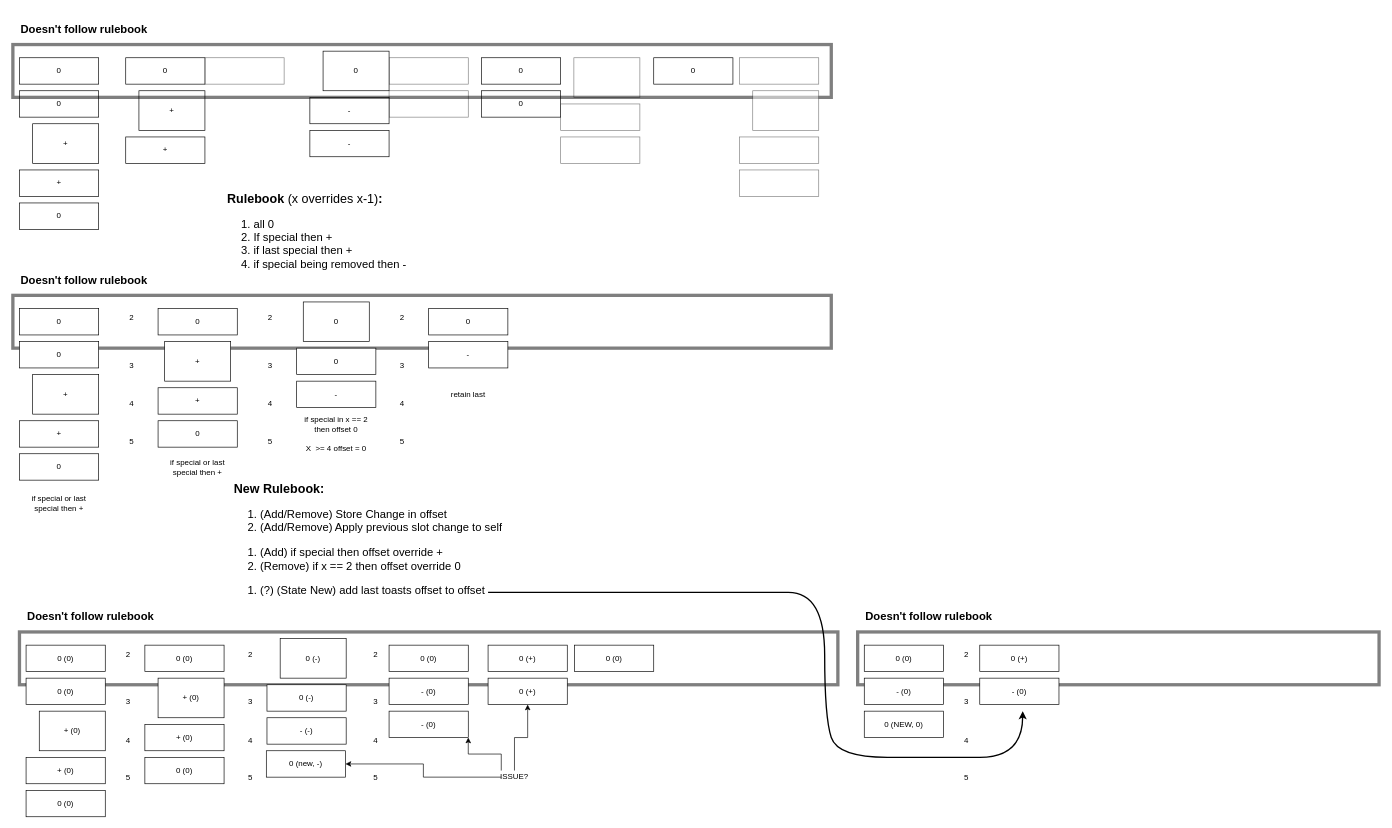
Earlier version of the draw.io diagram Untitled Diagram.drawio (JedDevs/Toast). Source tidied: cells renumbered, new cells numbered last; positions are measured from the earlier drawing's top-left corner, leaving out a move shared by most shapes. Both pictures are drawn from the tidied source at 66%, with x=0, y=0 at pixel (13, 11).
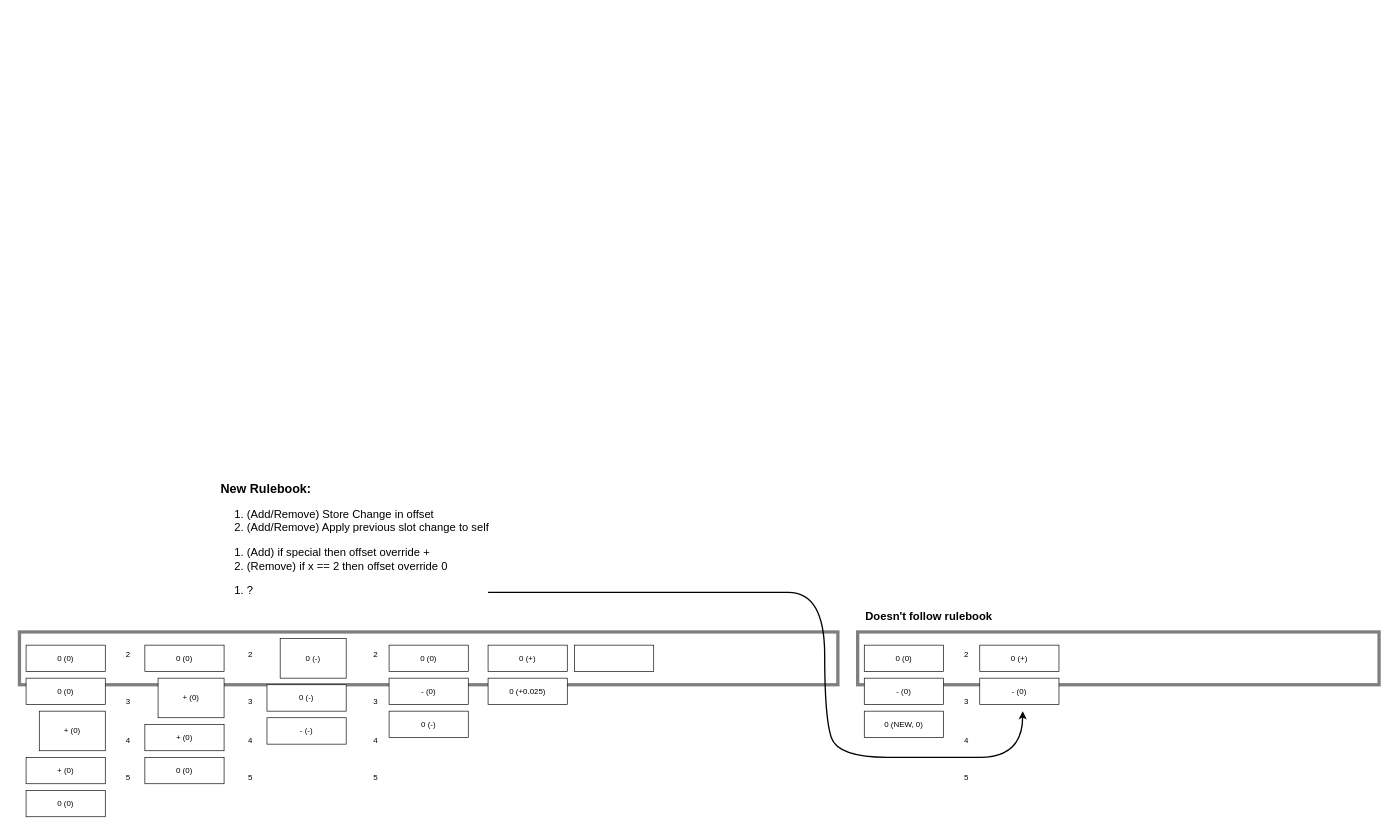
Above is the later version.

Change to the diagram source:
```diff
@@
-    <mxCell id="2" style="rounded=0;whiteSpace=wrap;html=1;fillColor=none;strokeWidth=5;opacity=50;" parent="1" vertex="1">
-      <mxGeometry y="430" width="1240" height="80" as="geometry" />
-    </mxCell>
-    <mxCell id="3" value="0" style="rounded=0;whiteSpace=wrap;html=1;" parent="1" vertex="1">
-      <mxGeometry x="10" y="70" width="120" height="40" as="geometry" />
-    </mxCell>
-    <mxCell id="4" value="0" style="rounded=0;whiteSpace=wrap;html=1;" parent="1" vertex="1">
-      <mxGeometry x="10" y="120" width="120" height="40" as="geometry" />
-    </mxCell>
-    <mxCell id="5" value="+" style="rounded=0;whiteSpace=wrap;html=1;" parent="1" vertex="1">
-      <mxGeometry x="30" y="170" width="100" height="60" as="geometry" />
-    </mxCell>
-    <mxCell id="6" value="+" style="rounded=0;whiteSpace=wrap;html=1;" parent="1" vertex="1">
-      <mxGeometry x="10" y="240" width="120" height="40" as="geometry" />
-    </mxCell>
-    <mxCell id="7" style="rounded=0;whiteSpace=wrap;html=1;opacity=50;" parent="1" vertex="1">
-      <mxGeometry x="291" y="70" width="120" height="40" as="geometry" />
-    </mxCell>
-    <mxCell id="8" value="0" style="rounded=0;whiteSpace=wrap;html=1;" parent="1" vertex="1">
-      <mxGeometry x="171" y="70" width="120" height="40" as="geometry" />
-    </mxCell>
-    <mxCell id="9" value="+" style="rounded=0;whiteSpace=wrap;html=1;" parent="1" vertex="1">
-      <mxGeometry x="191" y="120" width="100" height="60" as="geometry" />
-    </mxCell>
-    <mxCell id="10" value="+" style="rounded=0;whiteSpace=wrap;html=1;" parent="1" vertex="1">
-      <mxGeometry x="171" y="190" width="120" height="40" as="geometry" />
-    </mxCell>
-    <mxCell id="11" style="rounded=0;whiteSpace=wrap;html=1;opacity=50;" parent="1" vertex="1">
-      <mxGeometry x="570" y="120" width="120" height="40" as="geometry" />
-    </mxCell>
-    <mxCell id="12" style="rounded=0;whiteSpace=wrap;html=1;opacity=50;" parent="1" vertex="1">
-      <mxGeometry x="570" y="70" width="120" height="40" as="geometry" />
-    </mxCell>
-    <mxCell id="13" value="0" style="rounded=0;whiteSpace=wrap;html=1;" parent="1" vertex="1">
-      <mxGeometry x="470" y="60" width="100" height="60" as="geometry" />
-    </mxCell>
-    <mxCell id="14" value="-" style="rounded=0;whiteSpace=wrap;html=1;" parent="1" vertex="1">
-      <mxGeometry x="450" y="130" width="120" height="40" as="geometry" />
-    </mxCell>
-    <mxCell id="15" style="rounded=0;whiteSpace=wrap;html=1;opacity=50;" parent="1" vertex="1">
-      <mxGeometry x="830" y="140" width="120" height="40" as="geometry" />
-    </mxCell>
-    <mxCell id="16" style="rounded=0;whiteSpace=wrap;html=1;opacity=50;" parent="1" vertex="1">
-      <mxGeometry x="830" y="190" width="120" height="40" as="geometry" />
-    </mxCell>
-    <mxCell id="17" style="rounded=0;whiteSpace=wrap;html=1;opacity=50;" parent="1" vertex="1">
-      <mxGeometry x="850" y="70" width="100" height="60" as="geometry" />
-    </mxCell>
-    <mxCell id="18" value="0" style="rounded=0;whiteSpace=wrap;html=1;" parent="1" vertex="1">
-      <mxGeometry x="710" y="70" width="120" height="40" as="geometry" />
-    </mxCell>
-    <mxCell id="19" value="-" style="rounded=0;whiteSpace=wrap;html=1;" parent="1" vertex="1">
-      <mxGeometry x="450" y="180" width="120" height="40" as="geometry" />
-    </mxCell>
-    <mxCell id="20" value="0" style="rounded=0;whiteSpace=wrap;html=1;" parent="1" vertex="1">
-      <mxGeometry x="710" y="120" width="120" height="40" as="geometry" />
-    </mxCell>
-    <mxCell id="21" value="0" style="rounded=0;whiteSpace=wrap;html=1;" parent="1" vertex="1">
-      <mxGeometry x="10" y="290" width="120" height="40" as="geometry" />
-    </mxCell>
-    <mxCell id="22" value="&lt;h1 style=&quot;font-size: 19px&quot;&gt;Rulebook &lt;span style=&quot;font-weight: normal&quot;&gt;(x overrides x-1)&lt;/span&gt;:&lt;br&gt;&lt;/h1&gt;&lt;ol style=&quot;font-size: 17px&quot;&gt;&lt;li&gt;all 0&lt;br&gt;&lt;/li&gt;&lt;li&gt;If special then +&lt;/li&gt;&lt;li&gt;if last special then +&lt;/li&gt;&lt;li&gt;if special being removed then -&lt;br&gt;&lt;/li&gt;&lt;/ol&gt;" style="text;html=1;strokeColor=none;fillColor=none;spacing=5;spacingTop=-20;whiteSpace=wrap;overflow=hidden;rounded=0;" parent="1" vertex="1">
-      <mxGeometry x="320" y="270" width="380" height="140" as="geometry" />
-    </mxCell>
-    <mxCell id="23" style="rounded=0;whiteSpace=wrap;html=1;fillColor=none;strokeWidth=5;opacity=50;" parent="1" vertex="1">
-      <mxGeometry y="50" width="1240" height="80" as="geometry" />
-    </mxCell>
-    <mxCell id="24" value="&lt;font style=&quot;font-size: 17px&quot;&gt;&lt;b&gt;Doesn't follow rulebook&lt;/b&gt;&lt;/font&gt;" style="text;html=1;strokeColor=none;fillColor=none;align=left;verticalAlign=bottom;whiteSpace=wrap;rounded=0;opacity=50;" parent="1" vertex="1">
-      <mxGeometry x="10" width="310" height="40" as="geometry" />
-    </mxCell>
-    <mxCell id="25" style="rounded=0;whiteSpace=wrap;html=1;opacity=50;" parent="1" vertex="1">
-      <mxGeometry x="1101" y="190" width="120" height="40" as="geometry" />
-    </mxCell>
-    <mxCell id="26" style="rounded=0;whiteSpace=wrap;html=1;opacity=50;" parent="1" vertex="1">
-      <mxGeometry x="1101" y="240" width="120" height="40" as="geometry" />
-    </mxCell>
-    <mxCell id="27" style="rounded=0;whiteSpace=wrap;html=1;opacity=50;" parent="1" vertex="1">
-      <mxGeometry x="1121" y="120" width="100" height="60" as="geometry" />
-    </mxCell>
-    <mxCell id="28" value="0" style="rounded=0;whiteSpace=wrap;html=1;" parent="1" vertex="1">
-      <mxGeometry x="971" y="70" width="120" height="40" as="geometry" />
-    </mxCell>
-    <mxCell id="29" value="&lt;p style=&quot;line-height: 120%&quot;&gt;&lt;br&gt;&lt;/p&gt;" style="rounded=0;whiteSpace=wrap;html=1;opacity=50;" parent="1" vertex="1">
-      <mxGeometry x="1101" y="70" width="120" height="40" as="geometry" />
-    </mxCell>
-    <mxCell id="30" value="0" style="rounded=0;whiteSpace=wrap;html=1;" parent="1" vertex="1">
-      <mxGeometry x="10" y="450" width="120" height="40" as="geometry" />
-    </mxCell>
-    <mxCell id="31" value="0" style="rounded=0;whiteSpace=wrap;html=1;" parent="1" vertex="1">
-      <mxGeometry x="10" y="500" width="120" height="40" as="geometry" />
-    </mxCell>
-    <mxCell id="32" value="+" style="rounded=0;whiteSpace=wrap;html=1;" parent="1" vertex="1">
-      <mxGeometry x="30" y="550" width="100" height="60" as="geometry" />
-    </mxCell>
-    <mxCell id="33" value="+" style="rounded=0;whiteSpace=wrap;html=1;" parent="1" vertex="1">
-      <mxGeometry x="10" y="620" width="120" height="40" as="geometry" />
-    </mxCell>
-    <mxCell id="34" value="0" style="rounded=0;whiteSpace=wrap;html=1;" parent="1" vertex="1">
-      <mxGeometry x="10" y="670" width="120" height="40" as="geometry" />
-    </mxCell>
-    <mxCell id="35" value="&lt;font style=&quot;font-size: 17px&quot;&gt;&lt;b&gt;Doesn't follow rulebook&lt;/b&gt;&lt;/font&gt;" style="text;html=1;strokeColor=none;fillColor=none;align=left;verticalAlign=bottom;whiteSpace=wrap;rounded=0;opacity=50;" parent="1" vertex="1">
-      <mxGeometry x="10" y="380" width="310" height="40" as="geometry" />
-    </mxCell>
-    <mxCell id="36" value="&lt;div&gt;2&lt;/div&gt;&lt;div&gt;&lt;br&gt;&lt;/div&gt;&lt;div&gt;&lt;br&gt;&lt;/div&gt;&lt;div&gt;&lt;br&gt;&lt;/div&gt;&lt;div&gt;&lt;br&gt;&lt;/div&gt;&lt;div&gt;3&lt;/div&gt;&lt;div&gt;&lt;br&gt;&lt;/div&gt;&lt;div&gt;&lt;br&gt;&lt;/div&gt;&lt;div&gt;&lt;br&gt;&lt;/div&gt;&lt;div&gt;4&lt;/div&gt;&lt;div&gt;&lt;br&gt;&lt;/div&gt;&lt;div&gt;&lt;br&gt;&lt;/div&gt;&lt;div&gt;&lt;br&gt;&lt;/div&gt;&lt;div&gt;5&lt;br&gt;&lt;/div&gt;" style="text;html=1;strokeColor=none;fillColor=none;align=center;verticalAlign=top;whiteSpace=wrap;rounded=0;" parent="1" vertex="1">
-      <mxGeometry x="160" y="450" width="40" height="260" as="geometry" />
-    </mxCell>
-    <mxCell id="37" value="0" style="rounded=0;whiteSpace=wrap;html=1;" parent="1" vertex="1">
-      <mxGeometry x="220" y="450" width="120" height="40" as="geometry" />
-    </mxCell>
-    <mxCell id="38" value="+" style="rounded=0;whiteSpace=wrap;html=1;" parent="1" vertex="1">
-      <mxGeometry x="230" y="500" width="100" height="60" as="geometry" />
-    </mxCell>
-    <mxCell id="39" value="+" style="rounded=0;whiteSpace=wrap;html=1;" parent="1" vertex="1">
-      <mxGeometry x="220" y="570" width="120" height="40" as="geometry" />
-    </mxCell>
-    <mxCell id="40" value="0" style="rounded=0;whiteSpace=wrap;html=1;" parent="1" vertex="1">
-      <mxGeometry x="220" y="620" width="120" height="40" as="geometry" />
-    </mxCell>
-    <mxCell id="41" value="&lt;div&gt;2&lt;/div&gt;&lt;div&gt;&lt;br&gt;&lt;/div&gt;&lt;div&gt;&lt;br&gt;&lt;/div&gt;&lt;div&gt;&lt;br&gt;&lt;/div&gt;&lt;div&gt;&lt;br&gt;&lt;/div&gt;&lt;div&gt;3&lt;/div&gt;&lt;div&gt;&lt;br&gt;&lt;/div&gt;&lt;div&gt;&lt;br&gt;&lt;/div&gt;&lt;div&gt;&lt;br&gt;&lt;/div&gt;&lt;div&gt;4&lt;/div&gt;&lt;div&gt;&lt;br&gt;&lt;/div&gt;&lt;div&gt;&lt;br&gt;&lt;/div&gt;&lt;div&gt;&lt;br&gt;&lt;/div&gt;&lt;div&gt;5&lt;br&gt;&lt;/div&gt;" style="text;html=1;strokeColor=none;fillColor=none;align=center;verticalAlign=top;whiteSpace=wrap;rounded=0;" parent="1" vertex="1">
-      <mxGeometry x="370" y="450" width="40" height="260" as="geometry" />
-    </mxCell>
-    <mxCell id="42" value="0" style="rounded=0;whiteSpace=wrap;html=1;" parent="1" vertex="1">
-      <mxGeometry x="440" y="440" width="100" height="60" as="geometry" />
-    </mxCell>
-    <mxCell id="43" value="0" style="rounded=0;whiteSpace=wrap;html=1;" parent="1" vertex="1">
-      <mxGeometry x="430" y="510" width="120" height="40" as="geometry" />
-    </mxCell>
-    <mxCell id="44" value="-" style="rounded=0;whiteSpace=wrap;html=1;" parent="1" vertex="1">
-      <mxGeometry x="430" y="560" width="120" height="40" as="geometry" />
-    </mxCell>
-    <mxCell id="45" value="&lt;div&gt;2&lt;/div&gt;&lt;div&gt;&lt;br&gt;&lt;/div&gt;&lt;div&gt;&lt;br&gt;&lt;/div&gt;&lt;div&gt;&lt;br&gt;&lt;/div&gt;&lt;div&gt;&lt;br&gt;&lt;/div&gt;&lt;div&gt;3&lt;/div&gt;&lt;div&gt;&lt;br&gt;&lt;/div&gt;&lt;div&gt;&lt;br&gt;&lt;/div&gt;&lt;div&gt;&lt;br&gt;&lt;/div&gt;&lt;div&gt;4&lt;/div&gt;&lt;div&gt;&lt;br&gt;&lt;/div&gt;&lt;div&gt;&lt;br&gt;&lt;/div&gt;&lt;div&gt;&lt;br&gt;&lt;/div&gt;&lt;div&gt;5&lt;br&gt;&lt;/div&gt;" style="text;html=1;strokeColor=none;fillColor=none;align=center;verticalAlign=top;whiteSpace=wrap;rounded=0;" parent="1" vertex="1">
-      <mxGeometry x="570" y="450" width="40" height="260" as="geometry" />
-    </mxCell>
-    <mxCell id="46" value="0" style="rounded=0;whiteSpace=wrap;html=1;" parent="1" vertex="1">
-      <mxGeometry x="630" y="450" width="120" height="40" as="geometry" />
-    </mxCell>
-    <mxCell id="47" value="-" style="rounded=0;whiteSpace=wrap;html=1;" parent="1" vertex="1">
-      <mxGeometry x="630" y="500" width="120" height="40" as="geometry" />
-    </mxCell>
-    <mxCell id="48" value="if special or last special then +" style="text;html=1;strokeColor=none;fillColor=none;align=center;verticalAlign=middle;whiteSpace=wrap;rounded=0;" parent="1" vertex="1">
-      <mxGeometry x="10" y="730" width="120" height="30" as="geometry" />
-    </mxCell>
-    <mxCell id="49" value="if special or last special then +" style="text;html=1;strokeColor=none;fillColor=none;align=center;verticalAlign=middle;whiteSpace=wrap;rounded=0;" parent="1" vertex="1">
-      <mxGeometry x="220" y="675" width="120" height="30" as="geometry" />
-    </mxCell>
-    <mxCell id="50" value="&lt;div&gt;if special in x == 2 then offset 0&lt;/div&gt;&lt;div&gt;&lt;br&gt;&lt;/div&gt;&lt;div&gt;X&amp;nbsp; &amp;gt;= 4 offset = 0&lt;br&gt;&lt;/div&gt;" style="text;html=1;strokeColor=none;fillColor=none;align=center;verticalAlign=middle;whiteSpace=wrap;rounded=0;" parent="1" vertex="1">
-      <mxGeometry x="430" y="610" width="120" height="60" as="geometry" />
-    </mxCell>
-    <mxCell id="51" value="retain last" style="text;html=1;strokeColor=none;fillColor=none;align=center;verticalAlign=middle;whiteSpace=wrap;rounded=0;" parent="1" vertex="1">
-      <mxGeometry x="630" y="550" width="120" height="60" as="geometry" />
-    </mxCell>
-    <mxCell id="52" value="&lt;h1 style=&quot;font-size: 19px&quot;&gt;New Rulebook&lt;span style=&quot;font-weight: normal&quot;&gt;&lt;/span&gt;:&lt;br&gt;&lt;/h1&gt;&lt;ol style=&quot;font-size: 17px&quot;&gt;&lt;li&gt;(Add/Remove) Store Change in offset&lt;br&gt;&lt;/li&gt;&lt;li&gt;(Add/Remove) Apply previous slot change to self&lt;/li&gt;&lt;/ol&gt;&lt;ol style=&quot;font-size: 17px&quot;&gt;&lt;li&gt;(Add) if special then offset override +&lt;/li&gt;&lt;li&gt;(Remove) if x == 2 then offset override 0&lt;/li&gt;&lt;/ol&gt;&lt;ol style=&quot;font-size: 17px&quot;&gt;&lt;li&gt;(?) (State New) add last toasts offset to offset&lt;br&gt;&lt;/li&gt;&lt;/ol&gt;" style="text;html=1;strokeColor=none;fillColor=none;spacing=5;spacingTop=-20;whiteSpace=wrap;overflow=hidden;rounded=0;" parent="1" vertex="1">
-      <mxGeometry x="330" y="710" width="468" height="190" as="geometry" />
+    <mxCell id="52" value="&lt;h1 style=&quot;font-size: 19px&quot;&gt;New Rulebook&lt;span style=&quot;font-weight: normal&quot;&gt;&lt;/span&gt;:&lt;br&gt;&lt;/h1&gt;&lt;ol style=&quot;font-size: 17px&quot;&gt;&lt;li&gt;(Add/Remove) Store Change in offset&lt;br&gt;&lt;/li&gt;&lt;li&gt;(Add/Remove) Apply previous slot change to self&lt;/li&gt;&lt;/ol&gt;&lt;ol style=&quot;font-size: 17px&quot;&gt;&lt;li&gt;(Add) if special then offset override +&lt;/li&gt;&lt;li&gt;(Remove) if x == 2 then offset override 0&lt;/li&gt;&lt;/ol&gt;&lt;ol style=&quot;font-size: 17px&quot;&gt;&lt;li&gt;?&lt;br&gt;&lt;/li&gt;&lt;/ol&gt;" style="text;html=1;strokeColor=none;fillColor=none;spacing=5;spacingTop=-20;whiteSpace=wrap;overflow=hidden;rounded=0;" parent="1" vertex="1">
+      <mxGeometry x="310" y="710" width="468" height="190" as="geometry" />
     </mxCell>
@@
-    <mxCell id="59" value="&lt;font style=&quot;font-size: 17px&quot;&gt;&lt;b&gt;Doesn't follow rulebook&lt;/b&gt;&lt;/font&gt;" style="text;html=1;strokeColor=none;fillColor=none;align=left;verticalAlign=bottom;whiteSpace=wrap;rounded=0;opacity=50;" parent="1" vertex="1">
-      <mxGeometry x="20" y="890" width="310" height="40" as="geometry" />
-    </mxCell>
@@
-    <mxCell id="72" value="0 (new, -)" style="rounded=0;whiteSpace=wrap;html=1;" parent="1" vertex="1">
-      <mxGeometry x="384" y="1120" width="120" height="40" as="geometry" />
-    </mxCell>
@@
-    <mxCell id="74" value="0 (+)" style="rounded=0;whiteSpace=wrap;html=1;" parent="1" vertex="1">
+    <mxCell id="74" value="0 (+0.025)" style="rounded=0;whiteSpace=wrap;html=1;" parent="1" vertex="1">
       <mxGeometry x="720" y="1010" width="120" height="40" as="geometry" />
     </mxCell>
-    <mxCell id="75" value="- (0)" style="rounded=0;whiteSpace=wrap;html=1;" parent="1" vertex="1">
+    <mxCell id="75" value="0 (-)" style="rounded=0;whiteSpace=wrap;html=1;" parent="1" vertex="1">
       <mxGeometry x="570" y="1060" width="120" height="40" as="geometry" />
     </mxCell>
-    <mxCell id="76" style="edgeStyle=orthogonalEdgeStyle;rounded=0;jettySize=auto;html=1;exitX=0;exitY=0.5;exitDx=0;exitDy=0;entryX=1;entryY=0.5;entryDx=0;entryDy=0;" parent="1" edge="1" source="79" target="72">
-      <mxGeometry relative="1" as="geometry" />
-    </mxCell>
-    <mxCell id="77" style="edgeStyle=orthogonalEdgeStyle;rounded=0;jettySize=auto;html=1;exitX=0;exitY=0;exitDx=0;exitDy=0;entryX=1;entryY=1;entryDx=0;entryDy=0;" parent="1" edge="1" source="79" target="75">
-      <mxGeometry relative="1" as="geometry" />
-    </mxCell>
-    <mxCell id="78" style="edgeStyle=orthogonalEdgeStyle;rounded=0;jettySize=auto;html=1;exitX=0.5;exitY=0;exitDx=0;exitDy=0;entryX=0.5;entryY=1;entryDx=0;entryDy=0;" parent="1" edge="1" source="79" target="74">
-      <mxGeometry relative="1" as="geometry" />
-    </mxCell>
-    <mxCell id="79" value="ISSUE?" style="text;html=1;strokeColor=none;fillColor=none;align=center;verticalAlign=middle;whiteSpace=wrap;rounded=0;" parent="1" vertex="1">
-      <mxGeometry x="740" y="1150" width="40" height="20" as="geometry" />
-    </mxCell>
-    <mxCell id="80" value="0 (0)" style="rounded=0;whiteSpace=wrap;html=1;" parent="1" vertex="1">
+    <mxCell id="80" style="rounded=0;whiteSpace=wrap;html=1;" parent="1" vertex="1">
       <mxGeometry x="851" y="960" width="120" height="40" as="geometry" />
     </mxCell>
```
